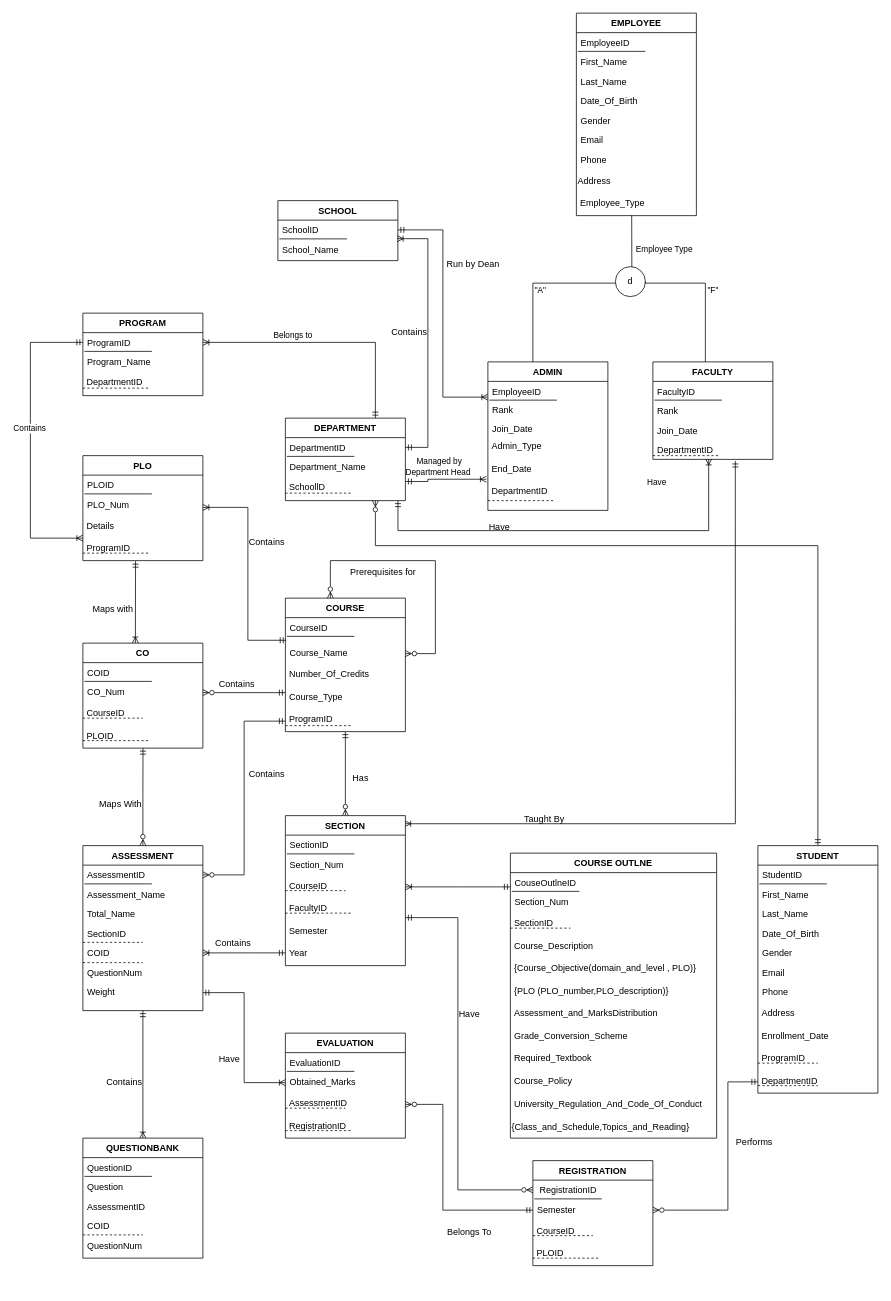
injamam00155/CSE303-sec-04-Group-03 keeps this draw.io diagram as Documentation/EERD.drawio. Above is the earlier version. Source tidied: cells renumbered, new cells numbered last; positions are measured from the earlier drawing's top-left corner, leaving out a move shared by most shapes. Both pictures are drawn from the tidied source at 75%, with x=0, y=0 at pixel (30, 13).
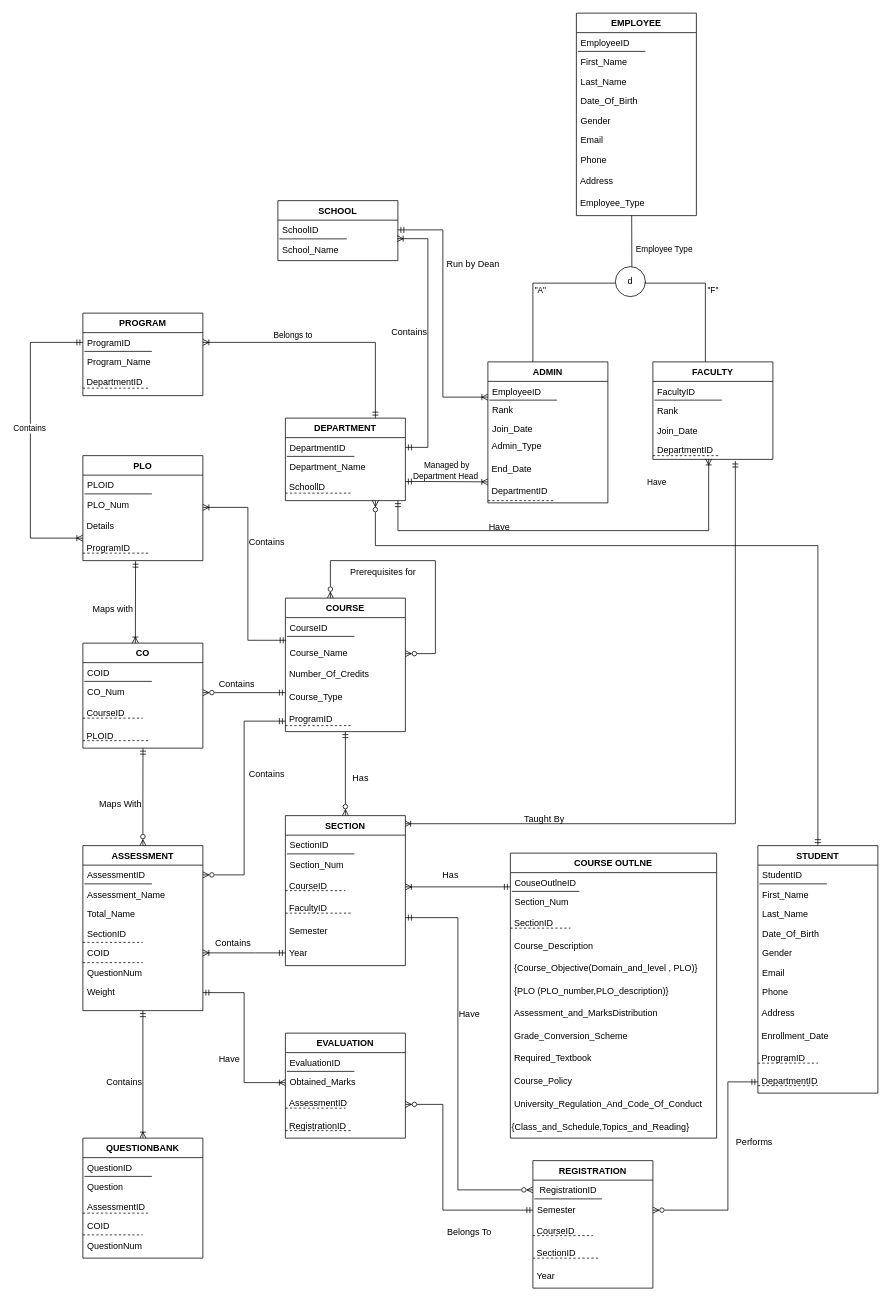
Above is the later version.

The change refers to these unchanged cells:
```xml
<mxCell id="2" value="EMPLOYEE" style="swimlane;fontStyle=1;align=center;verticalAlign=top;horizontal=1;startSize=26;rounded=0;shadow=0;strokeWidth=1;" parent="1" vertex="1">
  <mxGeometry x="728" width="160" height="270" as="geometry" />
</mxCell>
<mxCell id="22" value="&amp;nbsp;End_Date" style="text;html=1;align=left;verticalAlign=middle;points=[];strokeColor=none;fillColor=none;" parent="16" vertex="1">
  <mxGeometry y="128" width="160" height="30" as="geometry" />
</mxCell>
<mxCell id="166" value="COURSE OUTLNE" style="swimlane;fontStyle=1;align=center;verticalAlign=top;horizontal=1;startSize=26;rounded=0;shadow=0;strokeWidth=1;" parent="1" vertex="1">
  <mxGeometry x="640" y="1120" width="275" height="380" as="geometry" />
</mxCell>
<mxCell id="184" value="QUESTIONBANK" style="swimlane;fontStyle=1;align=center;verticalAlign=top;horizontal=1;startSize=26;rounded=0;shadow=0;strokeWidth=1;" parent="1" vertex="1">
  <mxGeometry x="70" y="1500" width="160" height="160" as="geometry" />
</mxCell>
```

Change to the diagram source:
```diff
@@
-    <mxCell id="11" value="Address" style="text;html=1;align=left;verticalAlign=top;strokeColor=none;fillColor=none;" parent="2" vertex="1">
+    <mxCell id="11" value="&amp;nbsp;Address" style="text;html=1;align=left;verticalAlign=top;strokeColor=none;fillColor=none;" parent="2" vertex="1">
       <mxGeometry y="210" width="160" height="30" as="geometry" />
     </mxCell>
@@
     <mxCell id="16" value="ADMIN" style="swimlane;fontStyle=1;align=center;verticalAlign=top;horizontal=1;startSize=26;rounded=0;shadow=0;strokeWidth=1;" parent="1" vertex="1">
-      <mxGeometry x="610" y="465" width="160" height="198" as="geometry" />
+      <mxGeometry x="610" y="465" width="160" height="188" as="geometry" />
     </mxCell>
@@
-    <mxCell id="49" style="endArrow=ERoneToMany;html=1;rounded=0;edgeStyle=elbowEdgeStyle;startArrow=ERmandOne;startFill=0;endFill=0;entryX=-0.012;entryY=0.949;entryDx=0;entryDy=0;entryPerimeter=0;" parent="1" edge="1" target="22">
+    <mxCell id="49" style="endArrow=ERoneToMany;html=1;rounded=0;edgeStyle=elbowEdgeStyle;startArrow=ERmandOne;startFill=0;endFill=0;" parent="1" edge="1">
       <mxGeometry relative="1" as="geometry">
         <mxPoint x="500" y="624.5" as="sourcePoint" />
+        <mxPoint x="610" y="625" as="targetPoint" />
         <Array as="points">
           <mxPoint x="530" y="584.5" />
           <mxPoint x="594" y="584.5" />
           <mxPoint x="620" y="574.5" />
           <mxPoint x="620" y="594.5" />
           <mxPoint x="630" y="713.8" />
         </Array>
       </mxGeometry>
     </mxCell>
     <mxCell id="50" value="Managed by &lt;br style=&quot;font-size: 11px;&quot;&gt;Department Head&amp;nbsp;" style="text;html=1;align=center;verticalAlign=middle;strokeColor=none;fillColor=none;fontSize=11;" parent="1" vertex="1">
-      <mxGeometry x="490" y="585" width="110" height="40" as="geometry" />
+      <mxGeometry x="500" y="590" width="110" height="40" as="geometry" />
     </mxCell>
@@
     <mxCell id="151" value="REGISTRATION" style="swimlane;fontStyle=1;align=center;verticalAlign=top;horizontal=1;startSize=26;rounded=0;shadow=0;strokeWidth=1;" parent="1" vertex="1">
-      <mxGeometry x="670" y="1530" width="160" height="140" as="geometry" />
+      <mxGeometry x="670" y="1530" width="160" height="170" as="geometry" />
     </mxCell>
@@
-    <mxCell id="157" value="&amp;nbsp;PLOID" style="text;html=1;align=left;verticalAlign=top;strokeColor=none;fillColor=none;" parent="151" vertex="1">
+    <mxCell id="157" value="&amp;nbsp;SectionID" style="text;html=1;align=left;verticalAlign=top;strokeColor=none;fillColor=none;" parent="151" vertex="1">
       <mxGeometry y="110" width="160" height="30" as="geometry" />
     </mxCell>
+    <mxCell id="193" value="&amp;nbsp;Year" style="text;html=1;align=left;verticalAlign=top;strokeColor=none;fillColor=none;" parent="151" vertex="1">
+      <mxGeometry y="140" width="160" height="30" as="geometry" />
+    </mxCell>
@@
-    <mxCell id="172" value="&amp;nbsp;{Course_Objective(domain_and_level , PLO)}" style="text;html=1;align=left;verticalAlign=top;strokeColor=none;fillColor=none;" parent="166" vertex="1">
+    <mxCell id="172" value="&amp;nbsp;{Course_Objective(Domain_and_level , PLO)}" style="text;html=1;align=left;verticalAlign=top;strokeColor=none;fillColor=none;" parent="166" vertex="1">
       <mxGeometry y="140" width="275" height="30" as="geometry" />
     </mxCell>
@@
+    <mxCell id="194" style="endArrow=none;dashed=1;html=1;rounded=0;" parent="184" edge="1">
+      <mxGeometry relative="1" as="geometry">
+        <mxPoint y="100" as="sourcePoint" />
+        <mxPoint x="90" y="100" as="targetPoint" />
+        <Array as="points">
+          <mxPoint x="50" y="100" />
+        </Array>
+      </mxGeometry>
+    </mxCell>
@@
+    <mxCell id="195" value="Has" style="text;html=1;align=center;verticalAlign=middle;strokeColor=none;fillColor=none;" parent="1" vertex="1">
+      <mxGeometry x="540" y="1135" width="40" height="30" as="geometry" />
+    </mxCell>
```
